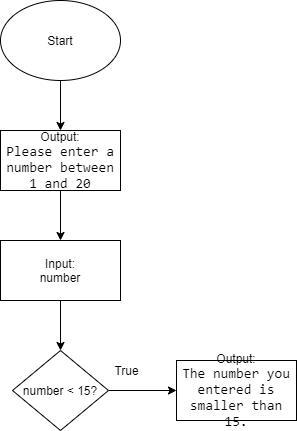
Before: lab3_10.png, a diagram exported from draw.io (dskleoshrw/get). Source tidied: cells renumbered, new cells last; positions are measured from the earlier drawing's top-left corner, leaving out a move shared by most shapes.
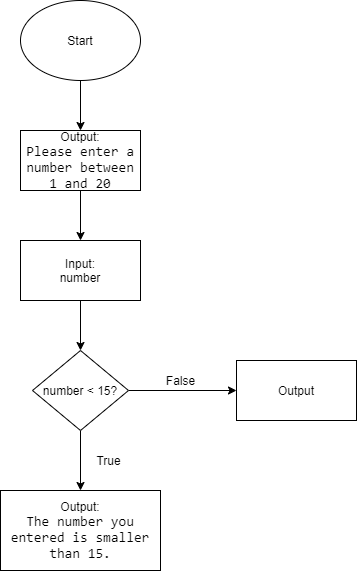
After the change.

The edit, as a diff of the source:
```diff
@@ -23,14 +23,23 @@
     <mxCell id="8" style="edgeStyle=orthogonalEdgeStyle;rounded=0;jettySize=auto;html=1;" parent="1" edge="1" source="9" target="10">
       <mxGeometry relative="1" as="geometry" />
     </mxCell>
+    <mxCell id="12" style="edgeStyle=orthogonalEdgeStyle;rounded=0;jettySize=auto;html=1;" parent="1" edge="1" source="9" target="13">
+      <mxGeometry relative="1" as="geometry" />
+    </mxCell>
     <mxCell id="9" value="number &amp;lt; 15?" style="rhombus;whiteSpace=wrap;html=1;" parent="1" vertex="1">
       <mxGeometry x="12" y="350" width="96" height="80" as="geometry" />
     </mxCell>
     <mxCell id="10" value="Output:&lt;br&gt;&lt;span style=&quot;font-size: 10.5pt ; font-family: &amp;#34;consolas&amp;#34;&quot;&gt;The number you entered is smaller than 15.&lt;/span&gt;" style="whiteSpace=wrap;html=1;" parent="1" vertex="1">
-      <mxGeometry x="176" y="360" width="120" height="60" as="geometry" />
+      <mxGeometry x="-20" y="490" width="160" height="80" as="geometry" />
     </mxCell>
     <mxCell id="11" value="True" style="text;html=1;align=center;verticalAlign=middle;" parent="1" vertex="1">
-      <mxGeometry x="106" y="360" width="40" height="20" as="geometry" />
+      <mxGeometry x="68" y="450" width="40" height="20" as="geometry" />
     </mxCell>
+    <mxCell id="13" value="Output" style="whiteSpace=wrap;html=1;" parent="1" vertex="1">
+      <mxGeometry x="216" y="360" width="120" height="60" as="geometry" />
+    </mxCell>
+    <mxCell id="14" value="False" style="text;html=1;align=center;verticalAlign=middle;" parent="1" vertex="1">
+      <mxGeometry x="140" y="370" width="40" height="20" as="geometry" />
+    </mxCell>
   </root>
 </mxGraphModel>
```
